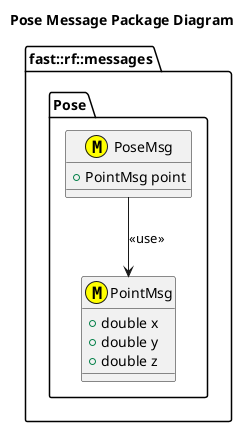
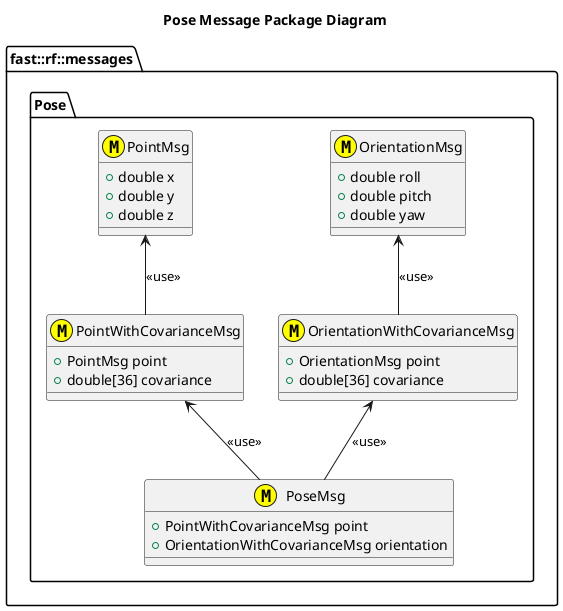
@startuml
title Pose Message Package Diagram

namespace fast::rf::messages {
  namespace Pose {
    struct PointMsg <<(M,#FFFF00) >> {
      +double x
      +double y
      +double z
    }
+     struct PointWithCovarianceMsg <<(M,#FFFF00) >> {
+       +PointMsg point
+       +double[36] covariance
+     }
+     PointWithCovarianceMsg -up-> PointMsg: <<use>>
+     struct OrientationMsg <<(M,#FFFF00) >> {
+       +double roll
+       +double pitch
+       +double yaw
+     }
+     struct OrientationWithCovarianceMsg <<(M,#FFFF00) >> {
+       +OrientationMsg point
+       +double[36] covariance
+     }
+     OrientationWithCovarianceMsg -up-> OrientationMsg: <<use>>
+ 
+ 
    struct PoseMsg <<(M,#FFFF00) >> {
-       +PointMsg point
+       +PointWithCovarianceMsg point
+       +OrientationWithCovarianceMsg orientation
    }
-     PoseMsg --> PointMsg: <<use>>
+     PoseMsg -up-> PointWithCovarianceMsg: <<use>>
+     PoseMsg -up-> OrientationWithCovarianceMsg: <<use>>
  }
}